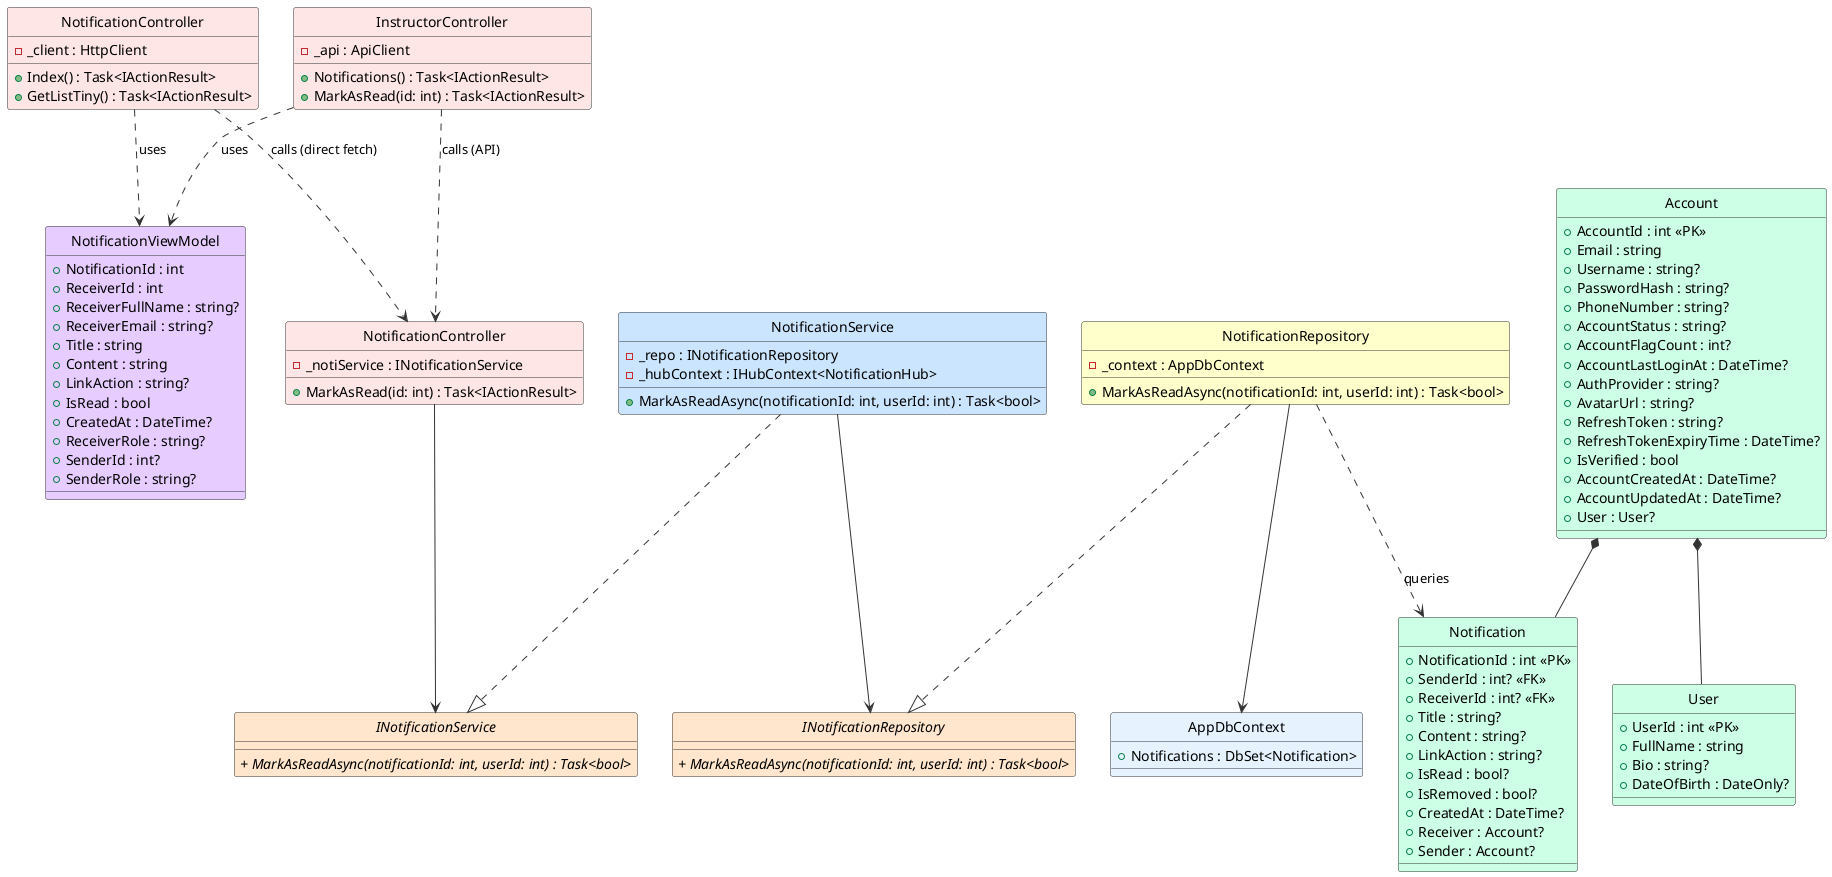
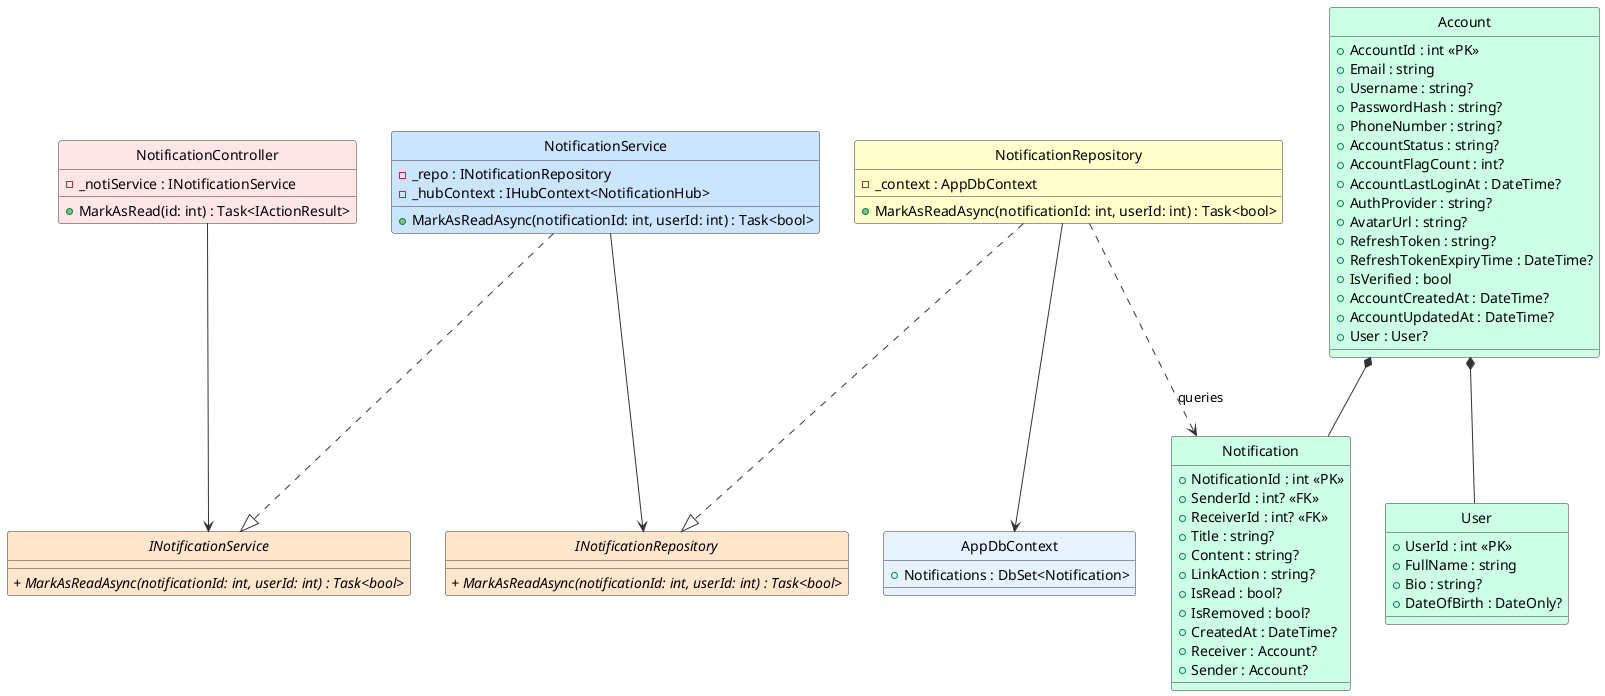
@startuml MarkAsRead_ClassDiagram

' Styling & Settings
skinparam style strictuml
skinparam shadowing false
skinparam class {
    BackgroundColor White
    BorderColor #1A73E8
    ArrowColor #5F6368
}

!define ABSTRACT_COLOR #FFE6CC
!define SERVICE_COLOR #CCE5FF
!define DTO_COLOR #E6CCFF
!define ENTITY_COLOR #CCFFE6
!define REPOSITORY_COLOR #FFFFCC
!define CONTROLLER_COLOR #FFE6E6
!define DbContext #E6F3FF

skinparam backgroundColor #FFFFFF
skinparam classBackgroundColor #F9F9F9
skinparam classBorderColor #333333
skinparam arrowColor #333333

' ==================== FRONTEND ====================

- class "NotificationController" as FENotificationController #FFE6E6 {
-     - _client : HttpClient
-     + Index() : Task<IActionResult>
-     + GetListTiny() : Task<IActionResult>
- }
+ ' class "NotificationController" as FENotificationController #FFE6E6 {
+ '     - _client : HttpClient
+ '     + Index() : Task<IActionResult>
+ '     + GetListTiny() : Task<IActionResult>
+ ' }

- class InstructorController #FFE6E6 {
-     - _api : ApiClient
-     + Notifications() : Task<IActionResult>
-     + MarkAsRead(id: int) : Task<IActionResult>
- }
+ ' class InstructorController #FFE6E6 {
+ '     - _api : ApiClient
+ '     + Notifications() : Task<IActionResult>
+ '     + MarkAsRead(id: int) : Task<IActionResult>
+ ' }

- class NotificationViewModel #E6CCFF {
-     + NotificationId : int
-     + ReceiverId : int
-     + ReceiverFullName : string?
-     + ReceiverEmail : string?
-     + Title : string
-     + Content : string
-     + LinkAction : string?
-     + IsRead : bool
-     + CreatedAt : DateTime?
-     + ReceiverRole : string?
-     + SenderId : int?
-     + SenderRole : string?
- }
+ ' class NotificationViewModel #E6CCFF {
+ '     + NotificationId : int
+ '     + ReceiverId : int
+ '     + ReceiverFullName : string?
+ '     + ReceiverEmail : string?
+ '     + Title : string
+ '     + Content : string
+ '     + LinkAction : string?
+ '     + IsRead : bool
+ '     + CreatedAt : DateTime?
+ '     + ReceiverRole : string?
+ '     + SenderId : int?
+ '     + SenderRole : string?
+ ' }

' ==================== BACKEND - CONTROLLER ====================

class "NotificationController" as BENotificationController #FFE6E6 {
    - _notiService : INotificationService
    + MarkAsRead(id: int) : Task<IActionResult>
}

' ==================== BACKEND - SERVICE INTERFACES ====================

interface INotificationService #FFE6CC {
    //+ MarkAsReadAsync(notificationId: int, userId: int) : Task<bool>//
}

' ==================== BACKEND - SERVICE IMPLEMENTATION ====================

class NotificationService #CCE5FF {
    - _repo : INotificationRepository
    - _hubContext : IHubContext<NotificationHub>
    + MarkAsReadAsync(notificationId: int, userId: int) : Task<bool>
}

' ==================== BACKEND - REPOSITORY INTERFACES ====================

interface INotificationRepository #FFE6CC {
    //+ MarkAsReadAsync(notificationId: int, userId: int) : Task<bool>//
}

' ==================== BACKEND - REPOSITORY IMPLEMENTATION ====================

class NotificationRepository #FFFFCC {
    - _context : AppDbContext
    + MarkAsReadAsync(notificationId: int, userId: int) : Task<bool>
}

' ==================== BACKEND - DbContext ====================

class AppDbContext #E6F3FF {
    + Notifications : DbSet<Notification>
}

' ==================== BACKEND - DOMAIN ENTITIES ====================

class Notification #CCFFE6 {
    + NotificationId : int <<PK>>
    + SenderId : int? <<FK>>
    + ReceiverId : int? <<FK>>
    + Title : string?
    + Content : string?
    + LinkAction : string?
    + IsRead : bool?
    + IsRemoved : bool?
    + CreatedAt : DateTime?
    + Receiver : Account?
    + Sender : Account?
}

class Account #CCFFE6 {
    + AccountId : int <<PK>>
    + Email : string
    + Username : string?
    + PasswordHash : string?
    + PhoneNumber : string?
    + AccountStatus : string?
    + AccountFlagCount : int?
    + AccountLastLoginAt : DateTime?
    + AuthProvider : string?
    + AvatarUrl : string?
    + RefreshToken : string?
    + RefreshTokenExpiryTime : DateTime?
    + IsVerified : bool
    + AccountCreatedAt : DateTime?
    + AccountUpdatedAt : DateTime?
    + User : User?
}

class User #CCFFE6 {
    + UserId : int <<PK>>
    + FullName : string
    + Bio : string?
    + DateOfBirth : DateOnly?
}

' ==================== RELATIONSHIPS ====================

' === COMPOSITION (filled diamond) ===
Account *-- User
Account *-- Notification

' === UNIDIRECTIONAL ASSOCIATION (solid arrow) ===
BENotificationController --> INotificationService
NotificationService --> INotificationRepository
NotificationRepository --> AppDbContext
' Notification -- Account

' === INTERFACE REALIZATION ===
NotificationService ..|> INotificationService
NotificationRepository ..|> INotificationRepository

' === DEPENDENCY (dashed arrows) ===
- FENotificationController ..> BENotificationController : calls (direct fetch)
- InstructorController ..> BENotificationController : calls (API)
- FENotificationController ..> NotificationViewModel : uses
- InstructorController ..> NotificationViewModel : uses
+ ' FENotificationController ..> BENotificationController : calls (direct fetch)
+ ' InstructorController ..> BENotificationController : calls (API)
+ ' FENotificationController ..> NotificationViewModel : uses
+ ' InstructorController ..> NotificationViewModel : uses
NotificationRepository ..> Notification : queries

@enduml
